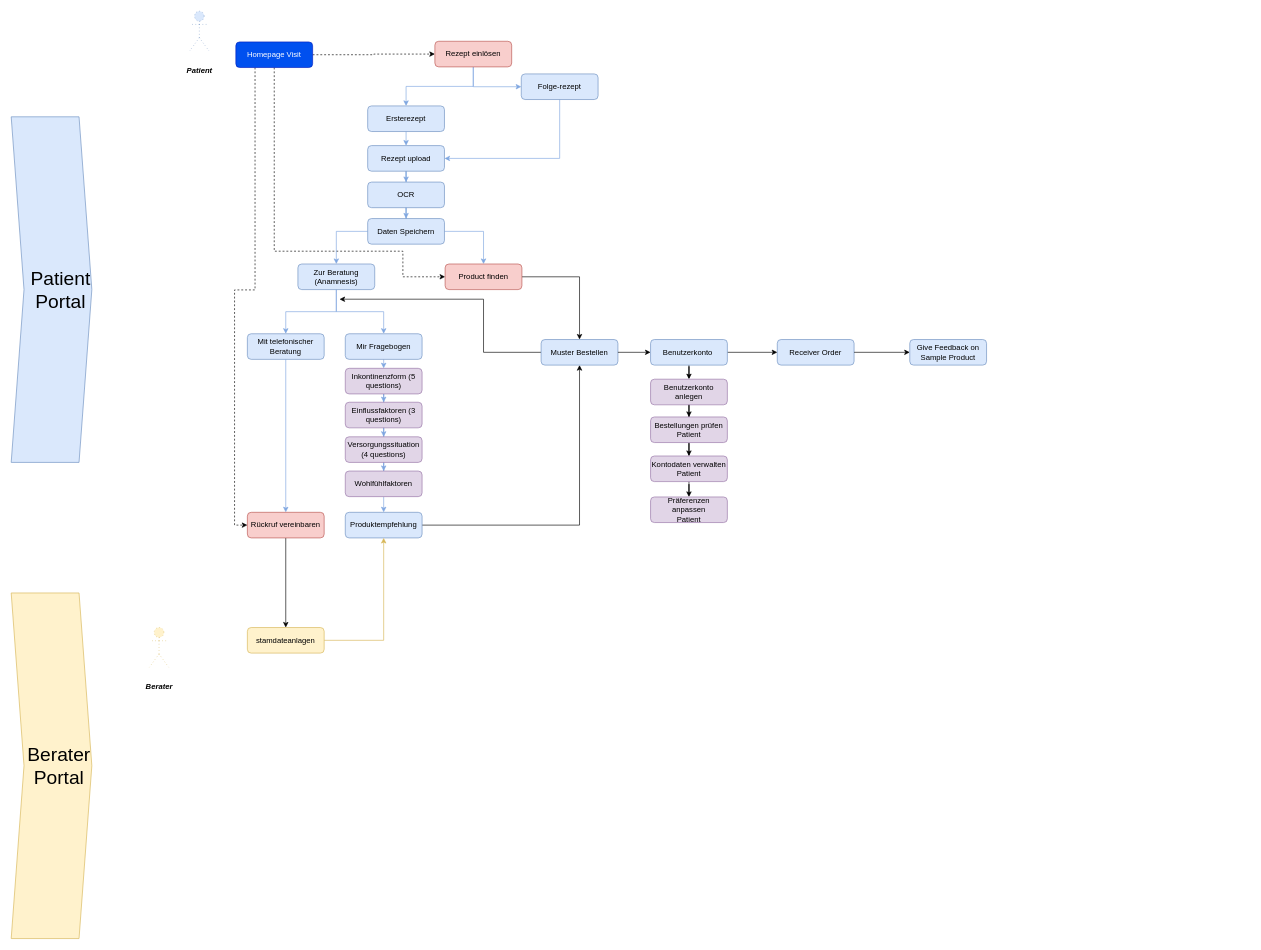
Fredabb/MediMark-roadmap keeps this draw.io diagram as Untitled Diagram.drawio. Above is the earlier version. Source tidied: cells renumbered, new cells numbered last; positions are measured from the earlier drawing's top-left corner, leaving out a move shared by most shapes. Both pictures are drawn from the tidied source at 64%, with x=0, y=0 at pixel (11, 11).
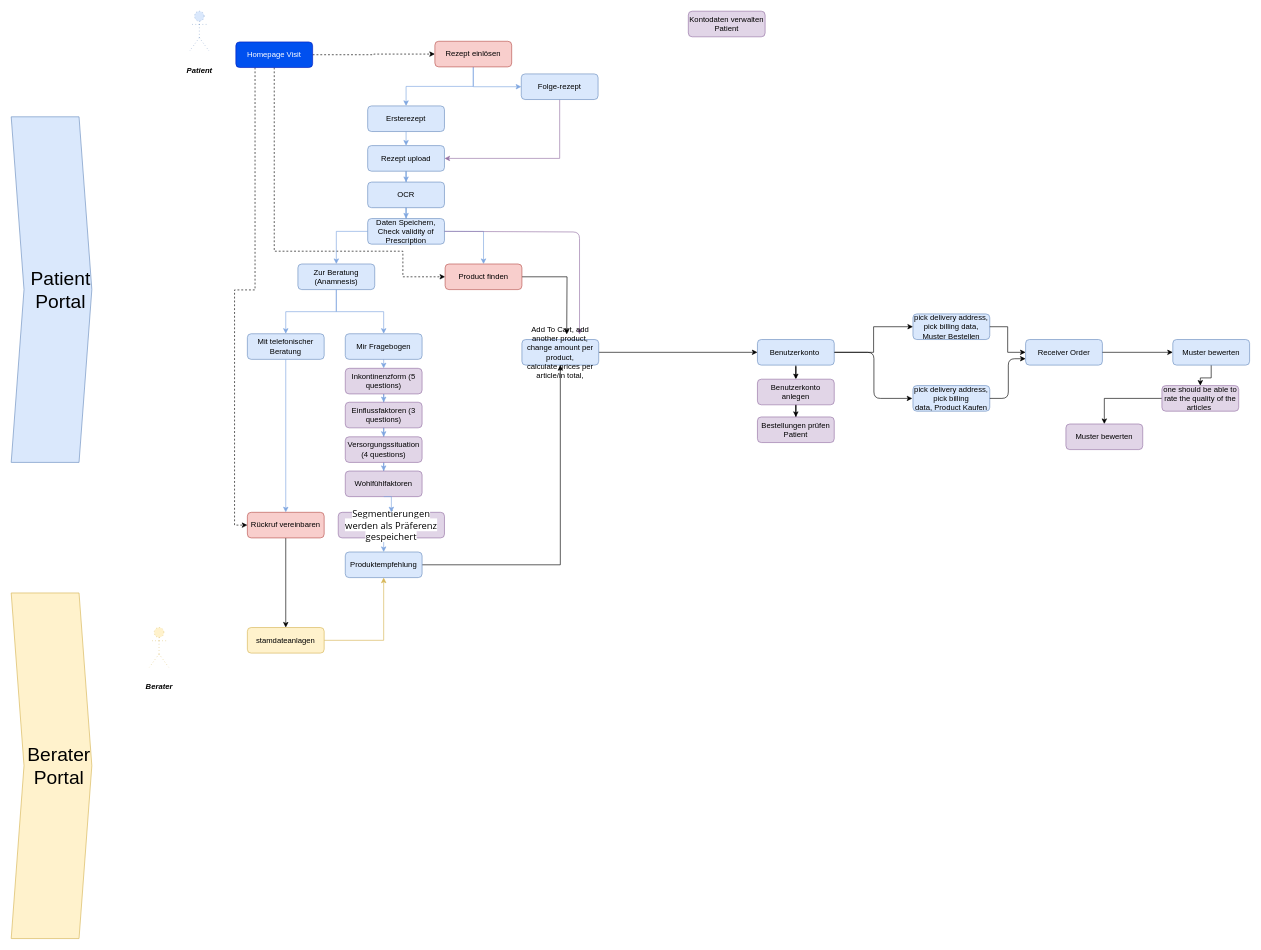
After the change.

Unchanged cells that the change refers to:
```xml
<mxCell id="10" value="Folge-rezept" style="rounded=1;whiteSpace=wrap;html=1;fontSize=12;glass=0;strokeWidth=1;shadow=0;fillColor=#dae8fc;strokeColor=#6c8ebf;" parent="1" vertex="1">
  <mxGeometry x="797" y="98" width="120" height="40" as="geometry" />
</mxCell>
<mxCell id="20" value="Wohlfühlfaktoren" style="rounded=1;whiteSpace=wrap;html=1;fontSize=12;glass=0;strokeWidth=1;shadow=0;fillColor=#e1d5e7;strokeColor=#9673a6;" parent="1" vertex="1">
  <mxGeometry x="522" y="718.5" width="120" height="40" as="geometry" />
</mxCell>
<mxCell id="25" value="Rezept upload" style="rounded=1;whiteSpace=wrap;html=1;fontSize=12;glass=0;strokeWidth=1;shadow=0;fillColor=#dae8fc;strokeColor=#6c8ebf;" parent="1" vertex="1">
  <mxGeometry x="557" y="210" width="120" height="40" as="geometry" />
</mxCell>
<mxCell id="36" value="Product finden" style="rounded=1;whiteSpace=wrap;html=1;fontSize=12;glass=0;strokeWidth=1;shadow=0;fillColor=#f8cecc;strokeColor=#b85450;" parent="1" vertex="1">
  <mxGeometry x="678" y="395" width="120" height="40" as="geometry" />
</mxCell>
```

Diff of the diagram source:
```diff
@@
-    <mxCell id="9" style="edgeStyle=orthogonalEdgeStyle;rounded=0;jettySize=auto;html=1;exitX=0.5;exitY=1;exitDx=0;exitDy=0;entryX=1;entryY=0.5;entryDx=0;entryDy=0;strokeColor=#7EA6E0;" parent="1" edge="1" source="10" target="25">
+    <mxCell id="9" style="edgeStyle=orthogonalEdgeStyle;rounded=0;jettySize=auto;html=1;exitX=0.5;exitY=1;exitDx=0;exitDy=0;entryX=1;entryY=0.5;entryDx=0;entryDy=0;strokeColor=#9673a6;fillColor=#e1d5e7;" parent="1" edge="1" source="10" target="25">
       <mxGeometry relative="1" as="geometry" />
     </mxCell>
@@
-    <mxCell id="19" style="edgeStyle=orthogonalEdgeStyle;rounded=0;jettySize=auto;html=1;exitX=0.5;exitY=1;exitDx=0;exitDy=0;entryX=0.5;entryY=0;entryDx=0;entryDy=0;strokeColor=#7EA6E0;" parent="1" edge="1" source="20" target="22">
+    <mxCell id="19" style="edgeStyle=orthogonalEdgeStyle;rounded=0;jettySize=auto;html=1;exitX=0.5;exitY=1;exitDx=0;exitDy=0;entryX=0.5;entryY=0;entryDx=0;entryDy=0;strokeColor=#7EA6E0;" parent="1" edge="1" source="62" target="22">
       <mxGeometry relative="1" as="geometry" />
     </mxCell>
@@
-    <mxCell id="21" style="edgeStyle=orthogonalEdgeStyle;rounded=0;jettySize=auto;html=1;exitX=1;exitY=0.5;exitDx=0;exitDy=0;entryX=0.5;entryY=1;entryDx=0;entryDy=0;fontSize=30;" parent="1" edge="1" source="22" target="40">
-      <mxGeometry relative="1" as="geometry" />
-    </mxCell>
+    <mxCell id="63" style="edgeStyle=orthogonalEdgeStyle;rounded=0;jettySize=auto;html=1;exitX=1;exitY=0.5;exitDx=0;exitDy=0;entryX=0.5;entryY=1;entryDx=0;entryDy=0;" parent="1" edge="1" source="22" target="68">
+      <mxGeometry relative="1" as="geometry" />
+    </mxCell>
     <mxCell id="22" value="Produktempfehlung" style="rounded=1;whiteSpace=wrap;html=1;fontSize=12;glass=0;strokeWidth=1;shadow=0;fillColor=#dae8fc;strokeColor=#6c8ebf;" parent="1" vertex="1">
-      <mxGeometry x="522" y="783" width="120" height="40" as="geometry" />
+      <mxGeometry x="522" y="845" width="120" height="40" as="geometry" />
     </mxCell>
@@
-    <mxCell id="30" value="Daten Speichern" style="rounded=1;whiteSpace=wrap;html=1;fontSize=12;glass=0;strokeWidth=1;shadow=0;fillColor=#dae8fc;strokeColor=#6c8ebf;" parent="1" vertex="1">
+    <mxCell id="30" value="Daten Speichern, Check validity of Prescription" style="rounded=1;whiteSpace=wrap;html=1;fontSize=12;glass=0;strokeWidth=1;shadow=0;fillColor=#dae8fc;strokeColor=#6c8ebf;" parent="1" vertex="1">
       <mxGeometry x="557" y="324" width="120" height="40" as="geometry" />
     </mxCell>
@@
-    <mxCell id="35" style="edgeStyle=orthogonalEdgeStyle;rounded=0;jettySize=auto;html=1;exitX=1;exitY=0.5;exitDx=0;exitDy=0;entryX=0.5;entryY=0;entryDx=0;entryDy=0;" parent="1" edge="1" source="36" target="40">
-      <mxGeometry relative="1" as="geometry" />
+    <mxCell id="35" style="edgeStyle=orthogonalEdgeStyle;rounded=0;jettySize=auto;html=1;exitX=1;exitY=0.5;exitDx=0;exitDy=0;" parent="1" edge="1" source="36">
+      <mxGeometry relative="1" as="geometry">
+        <mxPoint x="868" y="505" as="targetPoint" />
+      </mxGeometry>
     </mxCell>
@@
-    <mxCell id="39" style="edgeStyle=orthogonalEdgeStyle;rounded=0;jettySize=auto;html=1;exitX=0;exitY=0.5;exitDx=0;exitDy=0;fontSize=30;" parent="1" edge="1" source="40">
-      <mxGeometry relative="1" as="geometry">
-        <mxPoint x="513" y="450" as="targetPoint" />
-        <Array as="points">
-          <mxPoint x="738" y="533" />
-          <mxPoint x="738" y="450" />
-        </Array>
-      </mxGeometry>
-    </mxCell>
-    <mxCell id="40" value="Muster Bestellen" style="rounded=1;whiteSpace=wrap;html=1;fontSize=12;glass=0;strokeWidth=1;shadow=0;fillColor=#dae8fc;strokeColor=#6c8ebf;" parent="1" vertex="1">
-      <mxGeometry x="828" y="513" width="120" height="40" as="geometry" />
+    <mxCell id="40" value="pick delivery address,&lt;br&gt;pick billing data, Muster Bestellen" style="rounded=1;whiteSpace=wrap;html=1;fontSize=12;glass=0;strokeWidth=1;shadow=0;fillColor=#dae8fc;strokeColor=#6c8ebf;" parent="1" vertex="1">
+      <mxGeometry x="1409" y="473" width="120" height="40" as="geometry" />
     </mxCell>
     <mxCell id="41" value="Receiver Order" style="rounded=1;whiteSpace=wrap;html=1;fontSize=12;glass=0;strokeWidth=1;shadow=0;fillColor=#dae8fc;strokeColor=#6c8ebf;" parent="1" vertex="1">
-      <mxGeometry x="1197" y="513" width="120" height="40" as="geometry" />
+      <mxGeometry x="1585" y="513" width="120" height="40" as="geometry" />
     </mxCell>
-    <mxCell id="42" style="endArrow=classic;html=1;exitX=1;exitY=0.5;exitDx=0;exitDy=0;entryX=0;entryY=0.5;entryDx=0;entryDy=0;" parent="1" edge="1" source="44" target="41">
-      <mxGeometry relative="1" as="geometry" />
-    </mxCell>
@@
+    <mxCell id="64" style="edgeStyle=orthogonalEdgeStyle;rounded=0;jettySize=auto;html=1;exitX=1;exitY=0.5;exitDx=0;exitDy=0;entryX=0;entryY=0.5;entryDx=0;entryDy=0;" parent="1" edge="1" source="44" target="40">
+      <mxGeometry relative="1" as="geometry" />
+    </mxCell>
     <mxCell id="44" value="Benutzerkonto&amp;nbsp;" style="rounded=1;whiteSpace=wrap;html=1;fontSize=12;glass=0;strokeWidth=1;shadow=0;fillColor=#dae8fc;strokeColor=#6c8ebf;" parent="1" vertex="1">
-      <mxGeometry x="999" y="513" width="120" height="40" as="geometry" />
+      <mxGeometry x="1166" y="513" width="120" height="40" as="geometry" />
     </mxCell>
-    <mxCell id="45" style="endArrow=classic;html=1;exitX=1;exitY=0.5;exitDx=0;exitDy=0;entryX=0;entryY=0.5;entryDx=0;entryDy=0;" parent="1" edge="1" source="40" target="44">
-      <mxGeometry relative="1" as="geometry" />
-    </mxCell>
+    <mxCell id="65" style="edgeStyle=orthogonalEdgeStyle;rounded=0;jettySize=auto;html=1;" parent="1" edge="1" source="46" target="70">
+      <mxGeometry relative="1" as="geometry" />
+    </mxCell>
-    <mxCell id="46" value="Give Feedback on Sample Product" style="rounded=1;whiteSpace=wrap;html=1;fontSize=12;glass=0;strokeWidth=1;shadow=0;fillColor=#dae8fc;strokeColor=#6c8ebf;" parent="1" vertex="1">
-      <mxGeometry x="1404" y="513" width="120" height="40" as="geometry" />
+    <mxCell id="46" value="Muster bewerten" style="rounded=1;whiteSpace=wrap;html=1;fontSize=12;glass=0;strokeWidth=1;shadow=0;fillColor=#dae8fc;strokeColor=#6c8ebf;" parent="1" vertex="1">
+      <mxGeometry x="1815" y="513" width="120" height="40" as="geometry" />
     </mxCell>
@@
     <mxCell id="57" value="Benutzerkonto anlegen" style="rounded=1;whiteSpace=wrap;html=1;fontSize=12;glass=0;strokeWidth=1;shadow=0;fillColor=#e1d5e7;strokeColor=#9673a6;" parent="1" vertex="1">
-      <mxGeometry x="999" y="575" width="120" height="40" as="geometry" />
+      <mxGeometry x="1166" y="575" width="120" height="40" as="geometry" />
     </mxCell>
-    <mxCell id="58" style="edgeStyle=orthogonalEdgeStyle;rounded=0;jettySize=auto;html=1;strokeColor=#000000;fontSize=30;" parent="1" edge="1" source="59" target="61">
-      <mxGeometry relative="1" as="geometry" />
-    </mxCell>
     <mxCell id="59" value="Bestellungen prüfen Patient" style="rounded=1;whiteSpace=wrap;html=1;fontSize=12;glass=0;strokeWidth=1;shadow=0;fillColor=#e1d5e7;strokeColor=#9673a6;" parent="1" vertex="1">
-      <mxGeometry x="999" y="634" width="120" height="40" as="geometry" />
+      <mxGeometry x="1166" y="634" width="120" height="40" as="geometry" />
     </mxCell>
-    <mxCell id="60" style="edgeStyle=orthogonalEdgeStyle;rounded=0;jettySize=auto;html=1;strokeColor=#000000;fontSize=30;" parent="1" edge="1" source="61" target="62">
-      <mxGeometry relative="1" as="geometry" />
-    </mxCell>
+    <mxCell id="66" style="endArrow=classic;html=1;fillColor=#e1d5e7;exitX=1;exitY=0.5;exitDx=0;exitDy=0;strokeColor=#9673a6;" parent="1" edge="1" source="30">
+      <mxGeometry relative="1" as="geometry">
+        <mxPoint x="888" y="505" as="targetPoint" />
+        <Array as="points">
+          <mxPoint x="888" y="345" />
+        </Array>
+      </mxGeometry>
+    </mxCell>
+    <mxCell id="67" style="edgeStyle=orthogonalEdgeStyle;rounded=0;jettySize=auto;html=1;exitX=1;exitY=0.5;exitDx=0;exitDy=0;entryX=0;entryY=0.5;entryDx=0;entryDy=0;" parent="1" edge="1" source="68" target="44">
+      <mxGeometry relative="1" as="geometry" />
+    </mxCell>
+    <mxCell id="68" value="Add To Cart, add another product, change amount per product,&lt;br&gt;calculate prices per article/in total," style="rounded=1;whiteSpace=wrap;html=1;fontSize=12;glass=0;strokeWidth=1;shadow=0;fillColor=#dae8fc;strokeColor=#6c8ebf;" parent="1" vertex="1">
+      <mxGeometry x="798" y="513" width="120" height="40" as="geometry" />
+    </mxCell>
+    <mxCell id="69" style="edgeStyle=orthogonalEdgeStyle;rounded=0;jettySize=auto;html=1;" parent="1" edge="1" source="70" target="71">
+      <mxGeometry relative="1" as="geometry" />
+    </mxCell>
+    <mxCell id="70" value="one should be able to rate the quality of the articles&amp;nbsp;" style="rounded=1;whiteSpace=wrap;html=1;fontSize=12;glass=0;strokeWidth=1;shadow=0;fillColor=#e1d5e7;strokeColor=#9673a6;" parent="1" vertex="1">
+      <mxGeometry x="1798" y="585" width="120" height="40" as="geometry" />
+    </mxCell>
+    <mxCell id="71" value="Muster bewerten" style="rounded=1;whiteSpace=wrap;html=1;fontSize=12;glass=0;strokeWidth=1;shadow=0;fillColor=#e1d5e7;strokeColor=#9673a6;" parent="1" vertex="1">
+      <mxGeometry x="1648" y="645" width="120" height="40" as="geometry" />
+    </mxCell>
+    <mxCell id="72" style="edgeStyle=orthogonalEdgeStyle;rounded=0;jettySize=auto;html=1;exitX=1;exitY=0.5;exitDx=0;exitDy=0;entryX=0;entryY=0.5;entryDx=0;entryDy=0;" parent="1" edge="1" source="40" target="41">
+      <mxGeometry relative="1" as="geometry" />
+    </mxCell>
+    <mxCell id="62" value="&lt;span style=&quot;font-family: &amp;#34;calibri&amp;#34; , &amp;#34;segoe ui&amp;#34; , &amp;#34;calibri&amp;#34; , &amp;#34;thonburi&amp;#34; , &amp;#34;arial&amp;#34; , &amp;#34;verdana&amp;#34; , sans-serif , &amp;#34;mongolian baiti&amp;#34; , &amp;#34;microsoft yi baiti&amp;#34; , &amp;#34;javanese text&amp;#34; ; font-size: 14.6667px ; background-color: rgb(255 , 255 , 255)&quot;&gt;Segmentierungen werden als Präferenz gespeichert&lt;/span&gt;" style="rounded=1;whiteSpace=wrap;html=1;fontSize=12;glass=0;strokeWidth=1;shadow=0;fillColor=#e1d5e7;strokeColor=#9673a6;" parent="1" vertex="1">
+      <mxGeometry x="511" y="783" width="166" height="40" as="geometry" />
+    </mxCell>
+    <mxCell id="73" style="edgeStyle=orthogonalEdgeStyle;rounded=0;jettySize=auto;html=1;exitX=0.5;exitY=1;exitDx=0;exitDy=0;entryX=0.5;entryY=0;entryDx=0;entryDy=0;strokeColor=#7EA6E0;" parent="1" edge="1" source="20" target="62">
+      <mxGeometry relative="1" as="geometry" />
+    </mxCell>
     <mxCell id="61" value="&lt;div&gt;Kontodaten verwalten&lt;/div&gt;&lt;div&gt;Patient&lt;/div&gt;" style="rounded=1;whiteSpace=wrap;html=1;fontSize=12;glass=0;strokeWidth=1;shadow=0;fillColor=#e1d5e7;strokeColor=#9673a6;" parent="1" vertex="1">
-      <mxGeometry x="999" y="695" width="120" height="40" as="geometry" />
+      <mxGeometry x="1058" width="120" height="40" as="geometry" />
     </mxCell>
-    <mxCell id="62" value="&lt;div&gt;Präferenzen anpassen&lt;/div&gt;&lt;div&gt;Patient&lt;/div&gt;" style="rounded=1;whiteSpace=wrap;html=1;fontSize=12;glass=0;strokeWidth=1;shadow=0;fillColor=#e1d5e7;strokeColor=#9673a6;" parent="1" vertex="1">
-      <mxGeometry x="999" y="759" width="120" height="40" as="geometry" />
-    </mxCell>
+    <mxCell id="74" value="&lt;span&gt;pick delivery address,&lt;/span&gt;&lt;br&gt;&lt;span&gt;pick billing data,&amp;nbsp;Product Kaufen&lt;/span&gt;" style="rounded=1;whiteSpace=wrap;html=1;fontSize=12;glass=0;strokeWidth=1;shadow=0;fillColor=#dae8fc;strokeColor=#6c8ebf;" parent="1" vertex="1">
+      <mxGeometry x="1409" y="585" width="120" height="40" as="geometry" />
+    </mxCell>
+    <mxCell id="75" style="endArrow=classic;html=1;exitX=1;exitY=0.5;exitDx=0;exitDy=0;" parent="1" edge="1" source="44">
+      <mxGeometry relative="1" as="geometry">
+        <mxPoint x="1408" y="605" as="targetPoint" />
+        <Array as="points">
+          <mxPoint x="1348" y="533" />
+          <mxPoint x="1348" y="605" />
+        </Array>
+      </mxGeometry>
+    </mxCell>
+    <mxCell id="76" style="endArrow=classic;html=1;entryX=0;entryY=0.75;entryDx=0;entryDy=0;exitX=1;exitY=0.5;exitDx=0;exitDy=0;" parent="1" edge="1" source="74" target="41">
+      <mxGeometry relative="1" as="geometry">
+        <Array as="points">
+          <mxPoint x="1558" y="605" />
+          <mxPoint x="1558" y="543" />
+        </Array>
+      </mxGeometry>
+    </mxCell>
```
